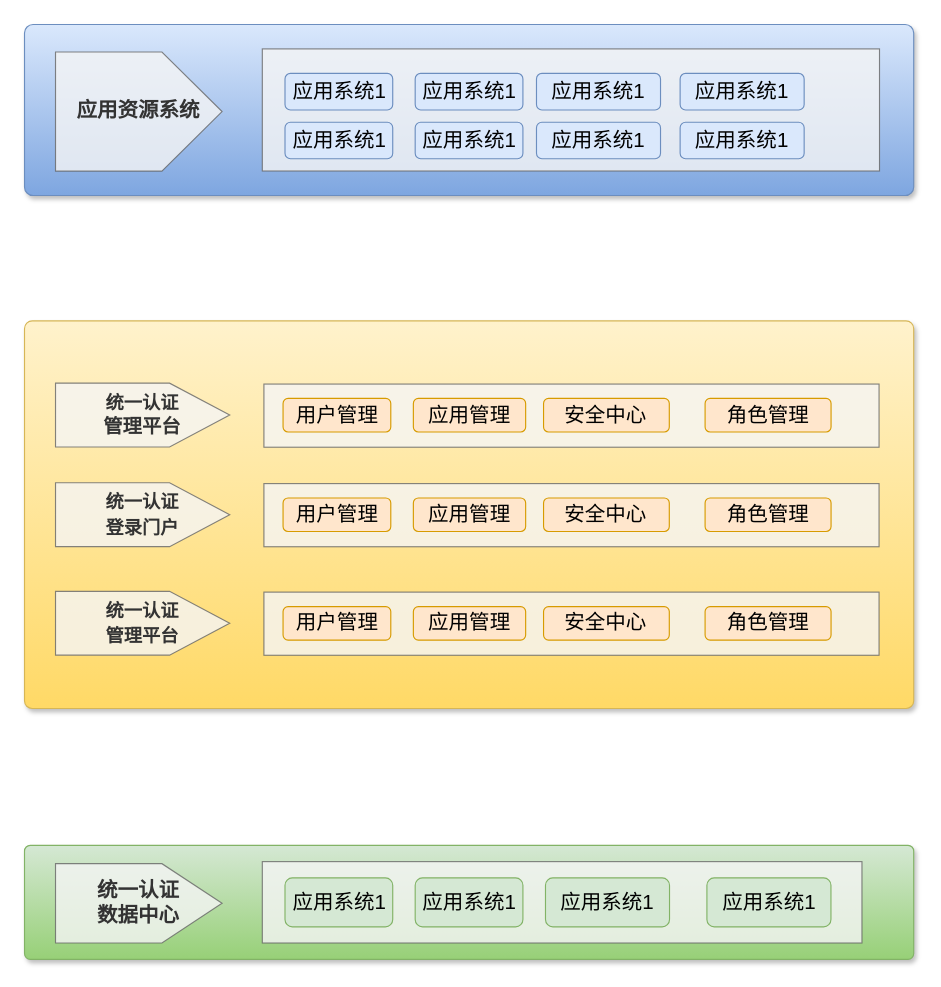
sun-beijixing/drawio keeps this draw.io diagram as 东庄信息化项目-统一权限管理.drawio. Above is the earlier version. Source tidied: cells renumbered, new cells numbered last; positions are measured from the earlier drawing's top-left corner, leaving out a move shared by most shapes. Both pictures are drawn from the tidied source at 114%, with x=0, y=0 at pixel (24, 24).
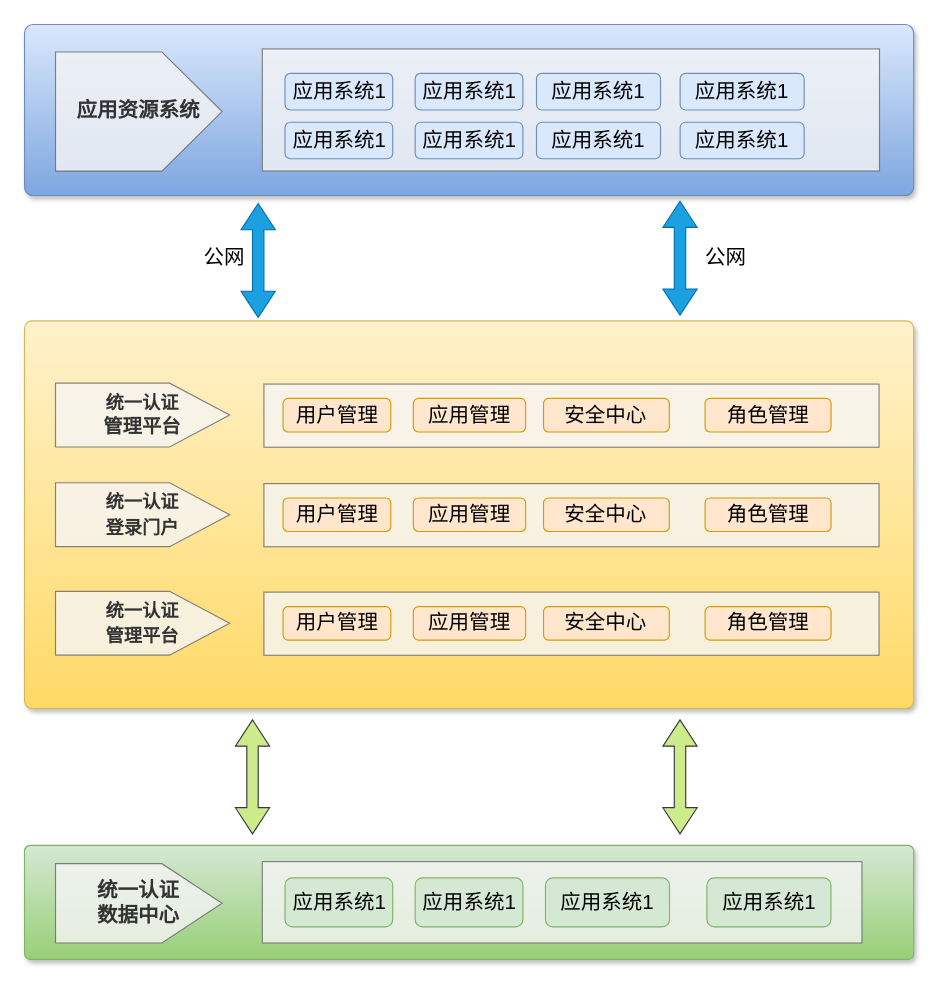
The same page after the edit.

Commit message (it also covers changes not shown here):
更新东庄信息化项目-统一权限管理.drawio

The edit, as a diff of the source:
```diff
@@
+    <mxCell id="39" style="shape=doubleArrow;direction=south;whiteSpace=wrap;html=1;fontSize=18;arrowWidth=0.3333333333333333;arrowSize=0.23;fillColor=#1ba1e2;fontColor=#ffffff;strokeColor=#006EAF;" parent="1" vertex="1">
+      <mxGeometry x="190" y="157" width="30" height="100" as="geometry" />
+    </mxCell>
+    <mxCell id="40" style="shape=doubleArrow;direction=south;whiteSpace=wrap;html=1;fontSize=18;arrowWidth=0.3333333333333333;arrowSize=0.23;fillColor=#1ba1e2;fontColor=#ffffff;strokeColor=#006EAF;" parent="1" vertex="1">
+      <mxGeometry x="560" y="155" width="30" height="100" as="geometry" />
+    </mxCell>
+    <mxCell id="41" value="公网" style="text;html=1;align=center;verticalAlign=middle;strokeColor=none;fillColor=none;fontSize=18;" parent="1" vertex="1">
+      <mxGeometry x="150" y="190" width="50" height="30" as="geometry" />
+    </mxCell>
+    <mxCell id="42" value="公网" style="text;html=1;align=center;verticalAlign=middle;strokeColor=none;fillColor=none;fontSize=18;" parent="1" vertex="1">
+      <mxGeometry x="590" y="190" width="50" height="30" as="geometry" />
+    </mxCell>
+    <mxCell id="43" style="shape=doubleArrow;direction=south;whiteSpace=wrap;html=1;fontSize=18;arrowWidth=0.3333333333333333;arrowSize=0.23;fillColor=#cdeb8b;strokeColor=#36393d;" parent="1" vertex="1">
+      <mxGeometry x="185" y="610" width="30" height="100" as="geometry" />
+    </mxCell>
+    <mxCell id="44" style="shape=doubleArrow;direction=south;whiteSpace=wrap;html=1;fontSize=18;arrowWidth=0.3333333333333333;arrowSize=0.23;fillColor=#cdeb8b;strokeColor=#36393d;" parent="1" vertex="1">
+      <mxGeometry x="560" y="610" width="30" height="100" as="geometry" />
+    </mxCell>
```
